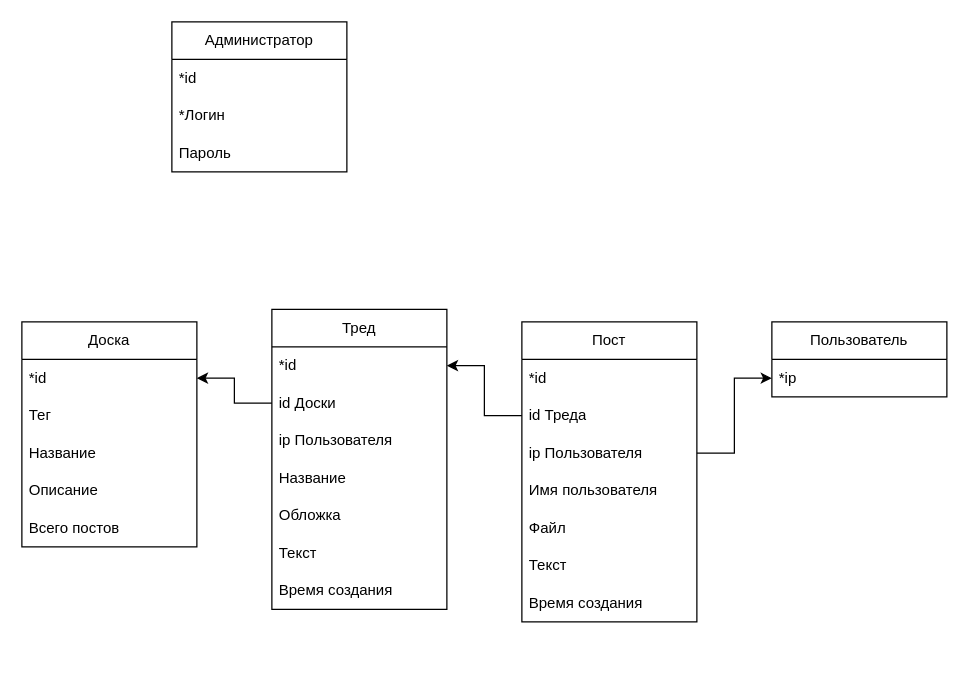
This is relational.drawio from Urvatov/openchan-django, a draw.io file, before an edit. Source tidied: cells renumbered, new cells numbered last; positions are measured from the earlier drawing's top-left corner, leaving out a move shared by most shapes. Both pictures are drawn from the tidied source at 125%, with x=0, y=0 at pixel (21, 21).
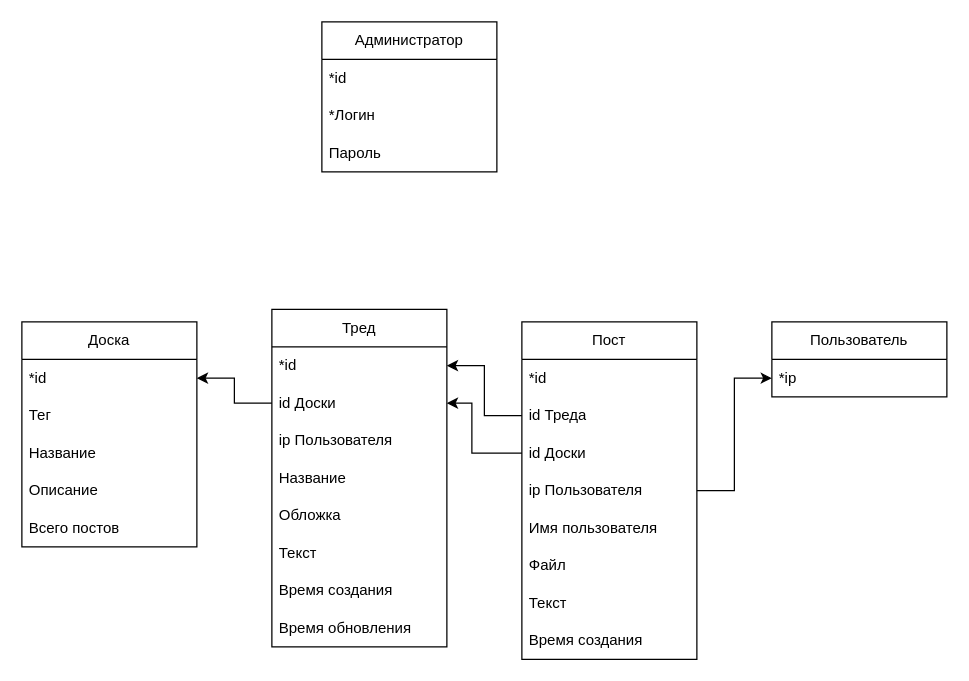
The same diagram, later.

Unchanged cells that the change refers to:
```xml
<mxCell id="10" value="id Доски" style="text;strokeColor=none;fillColor=none;align=left;verticalAlign=middle;spacingLeft=4;spacingRight=4;overflow=hidden;points=[[0,0.5],[1,0.5]];portConstraint=eastwest;whiteSpace=wrap;html=1;" parent="8" vertex="1">
  <mxGeometry y="60" width="140" height="30" as="geometry" />
</mxCell>
<mxCell id="29" value="*ip" style="text;strokeColor=none;fillColor=none;align=left;verticalAlign=middle;spacingLeft=4;spacingRight=4;overflow=hidden;points=[[0,0.5],[1,0.5]];portConstraint=eastwest;whiteSpace=wrap;html=1;" parent="28" vertex="1">
  <mxGeometry y="30" width="140" height="30" as="geometry" />
</mxCell>
```

What changed in the source:
```diff
@@
     <mxCell id="8" value="Тред" style="swimlane;fontStyle=0;horizontal=1;startSize=30;whiteSpace=wrap;html=1;" parent="1" vertex="1">
-      <mxGeometry x="200" y="230" width="140" height="240" as="geometry" />
+      <mxGeometry x="200" y="230" width="140" height="270" as="geometry" />
     </mxCell>
@@
+    <mxCell id="33" value="Время обновления" style="text;strokeColor=none;fillColor=none;align=left;verticalAlign=middle;spacingLeft=4;spacingRight=4;overflow=hidden;whiteSpace=wrap;html=1;" parent="8" vertex="1">
+      <mxGeometry y="240" width="140" height="30" as="geometry" />
+    </mxCell>
     <mxCell id="16" value="Пост" style="swimlane;fontStyle=0;horizontal=1;startSize=30;whiteSpace=wrap;html=1;" parent="1" vertex="1">
-      <mxGeometry x="400" y="240" width="140" height="240" as="geometry" />
+      <mxGeometry x="400" y="240" width="140" height="270" as="geometry" />
     </mxCell>
@@
+    <mxCell id="34" value="id Доски" style="text;strokeColor=none;fillColor=none;align=left;verticalAlign=middle;spacingLeft=4;spacingRight=4;overflow=hidden;points=[[0,0.5],[1,0.5]];portConstraint=eastwest;whiteSpace=wrap;html=1;" parent="16" vertex="1">
+      <mxGeometry y="90" width="140" height="30" as="geometry" />
+    </mxCell>
     <mxCell id="19" value="ip Пользователя" style="text;strokeColor=none;fillColor=none;align=left;verticalAlign=middle;spacingLeft=4;spacingRight=4;overflow=hidden;points=[[0,0.5],[1,0.5]];portConstraint=eastwest;whiteSpace=wrap;html=1;" parent="16" vertex="1">
-      <mxGeometry y="90" width="140" height="30" as="geometry" />
+      <mxGeometry y="120" width="140" height="30" as="geometry" />
     </mxCell>
     <mxCell id="20" value="Имя пользователя" style="text;strokeColor=none;fillColor=none;align=left;verticalAlign=middle;spacingLeft=4;spacingRight=4;overflow=hidden;whiteSpace=wrap;html=1;" parent="16" vertex="1">
-      <mxGeometry y="120" width="140" height="30" as="geometry" />
+      <mxGeometry y="150" width="140" height="30" as="geometry" />
     </mxCell>
     <mxCell id="21" value="Файл" style="text;strokeColor=none;fillColor=none;align=left;verticalAlign=middle;spacingLeft=4;spacingRight=4;overflow=hidden;whiteSpace=wrap;html=1;" parent="16" vertex="1">
-      <mxGeometry y="150" width="140" height="30" as="geometry" />
+      <mxGeometry y="180" width="140" height="30" as="geometry" />
     </mxCell>
     <mxCell id="22" value="Текст" style="text;strokeColor=none;fillColor=none;align=left;verticalAlign=middle;spacingLeft=4;spacingRight=4;overflow=hidden;whiteSpace=wrap;html=1;" parent="16" vertex="1">
-      <mxGeometry y="180" width="140" height="30" as="geometry" />
+      <mxGeometry y="210" width="140" height="30" as="geometry" />
     </mxCell>
     <mxCell id="23" value="Время создания" style="text;strokeColor=none;fillColor=none;align=left;verticalAlign=middle;spacingLeft=4;spacingRight=4;overflow=hidden;whiteSpace=wrap;html=1;" parent="16" vertex="1">
-      <mxGeometry y="210" width="140" height="30" as="geometry" />
+      <mxGeometry y="240" width="140" height="30" as="geometry" />
     </mxCell>
     <mxCell id="24" value="Администратор" style="swimlane;fontStyle=0;horizontal=1;startSize=30;whiteSpace=wrap;html=1;" parent="1" vertex="1">
-      <mxGeometry x="120" width="140" height="120" as="geometry" />
+      <mxGeometry x="240" width="140" height="120" as="geometry" />
     </mxCell>
@@
+    <mxCell id="32" style="edgeStyle=orthogonalEdgeStyle;rounded=0;jettySize=auto;html=1;exitX=1;exitY=0.5;exitDx=0;exitDy=0;entryX=0;entryY=0.5;entryDx=0;entryDy=0;" parent="1" edge="1" source="19" target="29">
+      <mxGeometry relative="1" as="geometry" />
+    </mxCell>
+    <mxCell id="35" style="edgeStyle=orthogonalEdgeStyle;rounded=0;jettySize=auto;html=1;exitX=0;exitY=0.5;exitDx=0;exitDy=0;entryX=1;entryY=0.5;entryDx=0;entryDy=0;" parent="1" edge="1" source="34" target="10">
+      <mxGeometry relative="1" as="geometry">
+        <Array as="points">
+          <mxPoint x="360" y="345" />
+          <mxPoint x="360" y="305" />
+        </Array>
+      </mxGeometry>
+    </mxCell>
@@
-    <mxCell id="32" style="edgeStyle=orthogonalEdgeStyle;rounded=0;jettySize=auto;html=1;exitX=1;exitY=0.5;exitDx=0;exitDy=0;entryX=0;entryY=0.5;entryDx=0;entryDy=0;" parent="1" edge="1" source="19" target="29">
-      <mxGeometry relative="1" as="geometry" />
-    </mxCell>
```
